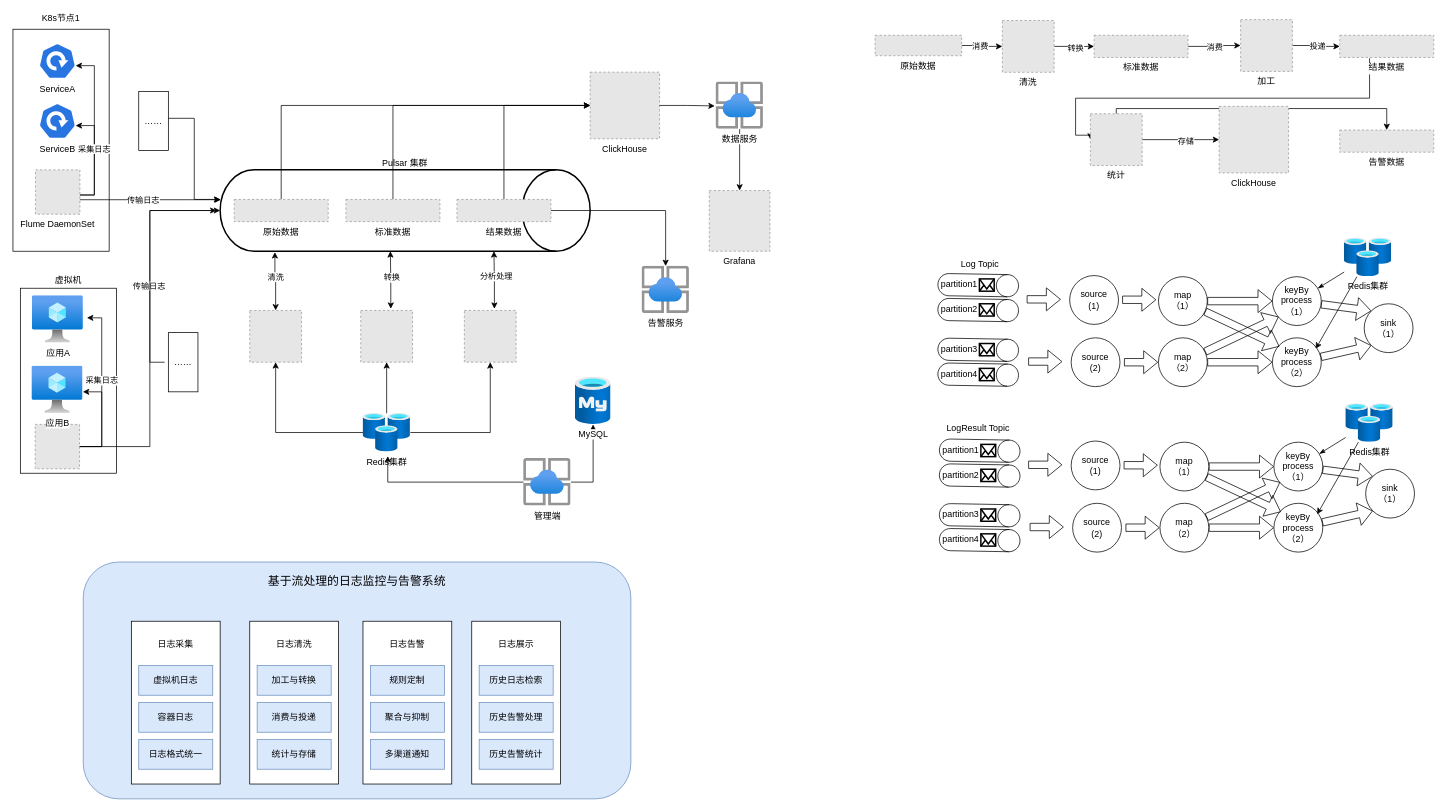
Above: DrawIO/flume-pulsar-flink.drawio in LancePeng42/Pic-Bed (draw.io), before the change. Source tidied: cells renumbered, new cells numbered last; positions are measured from the earlier drawing's top-left corner, leaving out a move shared by most shapes. Both pictures are drawn from the tidied source at 74%, with x=0, y=0 at pixel (13, 19). Pictures stored in the file or linked from it are replaced by grey dashed boxes.
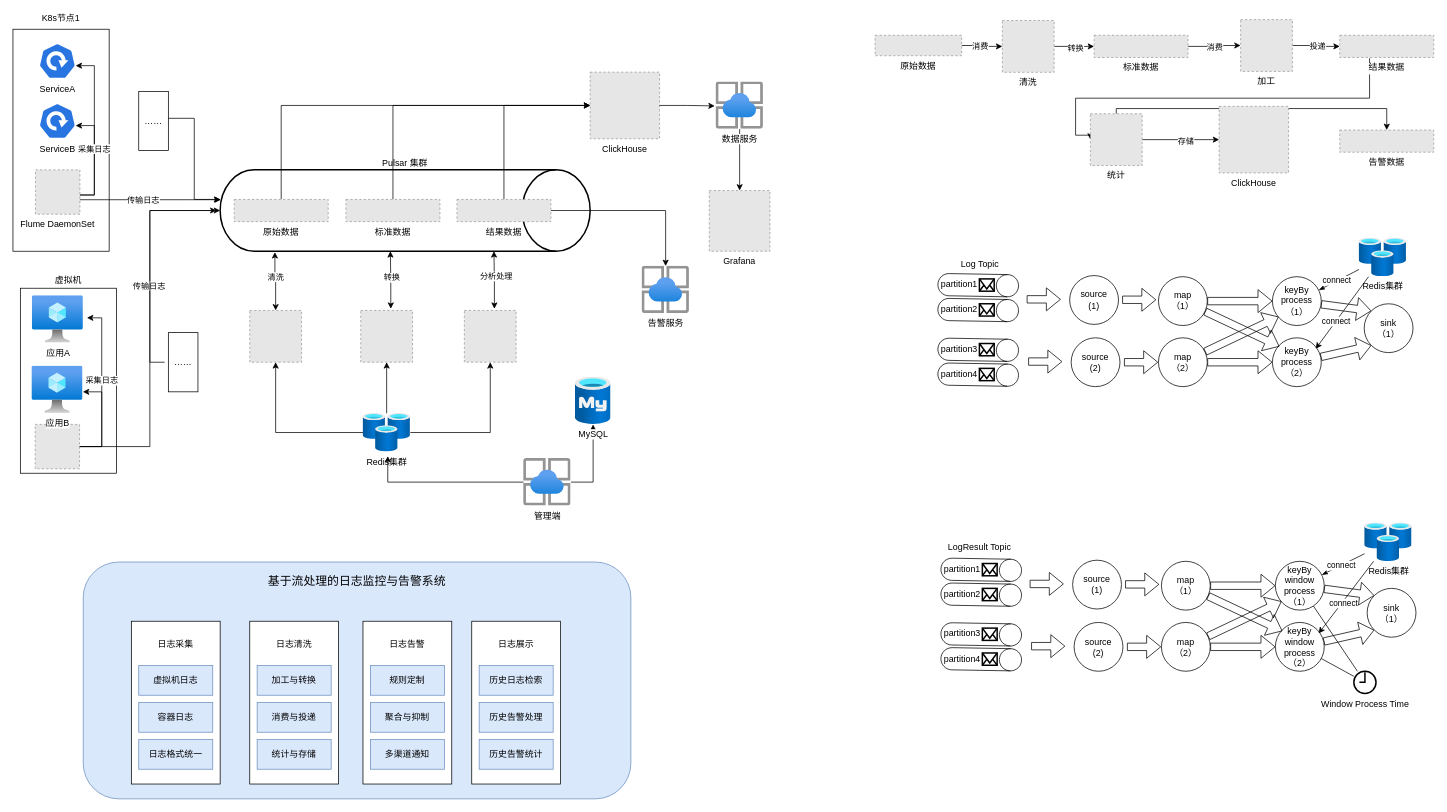
Above is the later version.

Unchanged cells that the change refers to:
```xml
<mxCell id="116" style="rounded=0;jettySize=auto;html=1;startArrow=classicThin;startFill=1;endArrow=none;endFill=0;" parent="1" edge="1" source="117" target="123">
  <mxGeometry relative="1" as="geometry" />
</mxCell>
<mxCell id="124" style="rounded=0;jettySize=auto;html=1;entryX=0.886;entryY=0.225;entryDx=0;entryDy=0;entryPerimeter=0;" parent="1" edge="1" source="123" target="119">
  <mxGeometry relative="1" as="geometry" />
</mxCell>
<mxCell id="149" style="rounded=0;jettySize=auto;html=1;startArrow=classicThin;startFill=1;endArrow=none;endFill=0;" parent="1" edge="1" source="150" target="156">
  <mxGeometry relative="1" as="geometry" />
</mxCell>
<mxCell id="157" style="rounded=0;jettySize=auto;html=1;entryX=0.886;entryY=0.225;entryDx=0;entryDy=0;entryPerimeter=0;" parent="1" edge="1" source="156" target="152">
  <mxGeometry relative="1" as="geometry" />
</mxCell>
```

The edit, as a diff of the source:
```diff
@@
+    <mxCell id="158" value="connect" style="edgeLabel;html=1;align=center;verticalAlign=middle;" parent="116" vertex="1">
+      <mxGeometry x="-0.11" y="1" relative="1" as="geometry" />
+    </mxCell>
@@
     <mxCell id="123" value="Redis集群" style="image;html=1;points=[];align=center;fontSize=12;image=img/lib/azure2/databases/Cache_Redis.svg;" parent="1" vertex="1">
-      <mxGeometry x="1799" y="295.4" width="64" height="52" as="geometry" />
+      <mxGeometry x="1819" y="295.4" width="64" height="52" as="geometry" />
     </mxCell>
@@
+    <mxCell id="159" value="connect" style="edgeLabel;html=1;align=center;verticalAlign=middle;" parent="124" vertex="1">
+      <mxGeometry x="0.24" relative="1" as="geometry" />
+    </mxCell>
     <mxCell id="125" style="shape=cylinder3;whiteSpace=wrap;html=1;boundedLbl=1;backgroundOutline=1;size=15;rotation=91;" parent="1" vertex="1">
-      <mxGeometry x="1291.4" y="528" width="30" height="109" as="geometry" />
+      <mxGeometry x="1293.5" y="689" width="30" height="109" as="geometry" />
     </mxCell>
     <mxCell id="126" style="shape=flexArrow;endArrow=classic;html=1;rounded=0;" parent="1" edge="1">
       <mxGeometry relative="1" as="geometry">
-        <mxPoint x="1372" y="601.6" as="sourcePoint" />
-        <mxPoint x="1418" y="601.6" as="targetPoint" />
+        <mxPoint x="1374" y="762.6" as="sourcePoint" />
+        <mxPoint x="1420" y="762.6" as="targetPoint" />
       </mxGeometry>
     </mxCell>
     <mxCell id="127" value="source&lt;br&gt;(1)" style="ellipse;whiteSpace=wrap;html=1;" parent="1" vertex="1">
-      <mxGeometry x="1430" y="569.5" width="66" height="66" as="geometry" />
+      <mxGeometry x="1432" y="730.5" width="66" height="66" as="geometry" />
     </mxCell>
     <mxCell id="128" style="html=1;verticalLabelPosition=bottom;align=center;labelBackgroundColor=#ffffff;verticalAlign=top;strokeWidth=2;strokeColor=#000000;shadow=0;dashed=0;shape=mxgraph.ios7.icons.mail;" parent="1" vertex="1">
-      <mxGeometry x="1308" y="574" width="20" height="16.6" as="geometry" />
+      <mxGeometry x="1310" y="735" width="20" height="16.6" as="geometry" />
     </mxCell>
     <mxCell id="129" value="partition1" style="text;html=1;strokeColor=none;fillColor=none;align=center;verticalAlign=middle;whiteSpace=wrap;rounded=0;" parent="1" vertex="1">
-      <mxGeometry x="1261" y="574" width="40" height="16" as="geometry" />
+      <mxGeometry x="1263" y="735" width="40" height="16" as="geometry" />
     </mxCell>
     <mxCell id="130" style="shape=cylinder3;whiteSpace=wrap;html=1;boundedLbl=1;backgroundOutline=1;size=15;rotation=91;" parent="1" vertex="1">
-      <mxGeometry x="1291.4" y="561.6" width="30" height="109" as="geometry" />
+      <mxGeometry x="1293.5" y="722.6" width="30" height="109" as="geometry" />
     </mxCell>
     <mxCell id="131" style="html=1;verticalLabelPosition=bottom;align=center;labelBackgroundColor=#ffffff;verticalAlign=top;strokeWidth=2;strokeColor=#000000;shadow=0;dashed=0;shape=mxgraph.ios7.icons.mail;" parent="1" vertex="1">
-      <mxGeometry x="1308" y="607.6" width="20" height="16.6" as="geometry" />
+      <mxGeometry x="1310" y="768.6" width="20" height="16.6" as="geometry" />
     </mxCell>
     <mxCell id="132" value="partition2" style="text;html=1;strokeColor=none;fillColor=none;align=center;verticalAlign=middle;whiteSpace=wrap;rounded=0;" parent="1" vertex="1">
-      <mxGeometry x="1261" y="607.6" width="40" height="16" as="geometry" />
+      <mxGeometry x="1263" y="768.6" width="40" height="16" as="geometry" />
     </mxCell>
     <mxCell id="133" value="LogResult Topic" style="text;html=1;strokeColor=none;fillColor=none;align=center;verticalAlign=middle;whiteSpace=wrap;rounded=0;" parent="1" vertex="1">
-      <mxGeometry x="1249" y="537" width="111" height="30" as="geometry" />
+      <mxGeometry x="1251" y="698" width="111" height="30" as="geometry" />
     </mxCell>
     <mxCell id="134" style="shape=cylinder3;whiteSpace=wrap;html=1;boundedLbl=1;backgroundOutline=1;size=15;rotation=91;" parent="1" vertex="1">
-      <mxGeometry x="1291.4" y="615.3" width="30" height="109" as="geometry" />
+      <mxGeometry x="1293.5" y="776.3" width="30" height="109" as="geometry" />
     </mxCell>
     <mxCell id="135" style="html=1;verticalLabelPosition=bottom;align=center;labelBackgroundColor=#ffffff;verticalAlign=top;strokeWidth=2;strokeColor=#000000;shadow=0;dashed=0;shape=mxgraph.ios7.icons.mail;" parent="1" vertex="1">
-      <mxGeometry x="1308" y="661.3" width="20" height="16.6" as="geometry" />
+      <mxGeometry x="1310" y="822.3" width="20" height="16.6" as="geometry" />
     </mxCell>
     <mxCell id="136" value="partition3" style="text;html=1;strokeColor=none;fillColor=none;align=center;verticalAlign=middle;whiteSpace=wrap;rounded=0;" parent="1" vertex="1">
-      <mxGeometry x="1261" y="661.3" width="40" height="16" as="geometry" />
+      <mxGeometry x="1263" y="822.3" width="40" height="16" as="geometry" />
     </mxCell>
     <mxCell id="137" style="shape=cylinder3;whiteSpace=wrap;html=1;boundedLbl=1;backgroundOutline=1;size=15;rotation=91;" parent="1" vertex="1">
-      <mxGeometry x="1291.4" y="648.9" width="30" height="109" as="geometry" />
+      <mxGeometry x="1293.5" y="809.9" width="30" height="109" as="geometry" />
     </mxCell>
     <mxCell id="138" style="html=1;verticalLabelPosition=bottom;align=center;labelBackgroundColor=#ffffff;verticalAlign=top;strokeWidth=2;strokeColor=#000000;shadow=0;dashed=0;shape=mxgraph.ios7.icons.mail;" parent="1" vertex="1">
-      <mxGeometry x="1308" y="694.9" width="20" height="16.6" as="geometry" />
+      <mxGeometry x="1310" y="855.9" width="20" height="16.6" as="geometry" />
     </mxCell>
     <mxCell id="139" value="partition4" style="text;html=1;strokeColor=none;fillColor=none;align=center;verticalAlign=middle;whiteSpace=wrap;rounded=0;" parent="1" vertex="1">
-      <mxGeometry x="1261" y="694.9" width="40" height="16" as="geometry" />
+      <mxGeometry x="1263" y="855.9" width="40" height="16" as="geometry" />
     </mxCell>
     <mxCell id="140" style="shape=flexArrow;endArrow=classic;html=1;rounded=0;" parent="1" edge="1">
       <mxGeometry relative="1" as="geometry">
-        <mxPoint x="1374" y="685.7" as="sourcePoint" />
-        <mxPoint x="1420" y="685.7" as="targetPoint" />
+        <mxPoint x="1376" y="846.7" as="sourcePoint" />
+        <mxPoint x="1422" y="846.7" as="targetPoint" />
       </mxGeometry>
     </mxCell>
     <mxCell id="141" value="source&lt;br&gt;(2)" style="ellipse;whiteSpace=wrap;html=1;" parent="1" vertex="1">
-      <mxGeometry x="1432" y="653.6" width="66" height="66" as="geometry" />
+      <mxGeometry x="1434" y="814.6" width="66" height="66" as="geometry" />
     </mxCell>
@@
     <mxCell id="143" value="map&lt;br&gt;（1）" style="ellipse;whiteSpace=wrap;html=1;" parent="1" vertex="1">
-      <mxGeometry x="1550" y="571" width="66" height="66" as="geometry" />
+      <mxGeometry x="1552" y="732" width="66" height="66" as="geometry" />
     </mxCell>
@@
     <mxCell id="145" value="map&lt;br&gt;（2）" style="ellipse;whiteSpace=wrap;html=1;" parent="1" vertex="1">
-      <mxGeometry x="1550" y="653.6" width="66" height="66" as="geometry" />
+      <mxGeometry x="1552" y="814.6" width="66" height="66" as="geometry" />
     </mxCell>
     <mxCell id="146" style="shape=flexArrow;endArrow=classic;html=1;rounded=0;" parent="1" edge="1">
       <mxGeometry relative="1" as="geometry">
-        <mxPoint x="1501" y="602.2" as="sourcePoint" />
-        <mxPoint x="1547" y="602.2" as="targetPoint" />
+        <mxPoint x="1503" y="763.2" as="sourcePoint" />
+        <mxPoint x="1549" y="763.2" as="targetPoint" />
       </mxGeometry>
     </mxCell>
     <mxCell id="147" style="shape=flexArrow;endArrow=classic;html=1;rounded=0;" parent="1" edge="1">
       <mxGeometry relative="1" as="geometry">
-        <mxPoint x="1503.5" y="686.6" as="sourcePoint" />
-        <mxPoint x="1549.5" y="686.6" as="targetPoint" />
+        <mxPoint x="1505.5" y="847.6" as="sourcePoint" />
+        <mxPoint x="1551.5" y="847.6" as="targetPoint" />
       </mxGeometry>
     </mxCell>
@@
+    <mxCell id="160" value="connect" style="edgeLabel;html=1;align=center;verticalAlign=middle;" parent="149" vertex="1">
+      <mxGeometry x="-0.11" relative="1" as="geometry" />
+    </mxCell>
+    <mxCell id="161" style="rounded=0;jettySize=auto;html=1;endArrow=none;endFill=0;" parent="1" edge="1" source="150" target="164">
+      <mxGeometry relative="1" as="geometry" />
+    </mxCell>
-    <mxCell id="150" value="keyBy&lt;br&gt;process&lt;br&gt;（1）" style="ellipse;whiteSpace=wrap;html=1;" parent="1" vertex="1">
-      <mxGeometry x="1704" y="571" width="66" height="66" as="geometry" />
+    <mxCell id="150" value="keyBy&lt;br&gt;window&lt;br&gt;process&lt;br&gt;（1）" style="ellipse;whiteSpace=wrap;html=1;" parent="1" vertex="1">
+      <mxGeometry x="1706" y="732" width="66" height="66" as="geometry" />
     </mxCell>
@@
-    <mxCell id="152" value="keyBy&lt;br&gt;process&lt;br&gt;（2）" style="ellipse;whiteSpace=wrap;html=1;" parent="1" vertex="1">
-      <mxGeometry x="1704" y="653.6" width="66" height="66" as="geometry" />
+    <mxCell id="152" value="keyBy&lt;br&gt;window&lt;br&gt;process&lt;br&gt;（2）" style="ellipse;whiteSpace=wrap;html=1;" parent="1" vertex="1">
+      <mxGeometry x="1706" y="814.6" width="66" height="66" as="geometry" />
     </mxCell>
@@
     <mxCell id="155" value="sink&lt;br&gt;（1）" style="ellipse;whiteSpace=wrap;html=1;" parent="1" vertex="1">
-      <mxGeometry x="1828" y="607.6" width="66" height="66" as="geometry" />
+      <mxGeometry x="1830" y="768.6" width="66" height="66" as="geometry" />
     </mxCell>
     <mxCell id="156" value="Redis集群" style="image;html=1;points=[];align=center;fontSize=12;image=img/lib/azure2/databases/Cache_Redis.svg;" parent="1" vertex="1">
-      <mxGeometry x="1801" y="519" width="64" height="52" as="geometry" />
+      <mxGeometry x="1826.5" y="680" width="64" height="52" as="geometry" />
     </mxCell>
@@
+    <mxCell id="162" value="connect" style="edgeLabel;html=1;align=center;verticalAlign=middle;" parent="157" vertex="1">
+      <mxGeometry x="0.14" y="1" relative="1" as="geometry" />
+    </mxCell>
+    <mxCell id="163" style="rounded=0;jettySize=auto;html=1;endArrow=none;endFill=0;" parent="1" edge="1" source="164" target="152">
+      <mxGeometry relative="1" as="geometry" />
+    </mxCell>
+    <mxCell id="164" value="Window Process Time" style="html=1;verticalLabelPosition=bottom;align=center;labelBackgroundColor=#ffffff;verticalAlign=top;strokeWidth=2;strokeColor=#000000;shadow=0;dashed=0;shape=mxgraph.ios7.icons.clock;" parent="1" vertex="1">
+      <mxGeometry x="1812" y="880.6" width="30" height="30" as="geometry" />
+    </mxCell>
```
